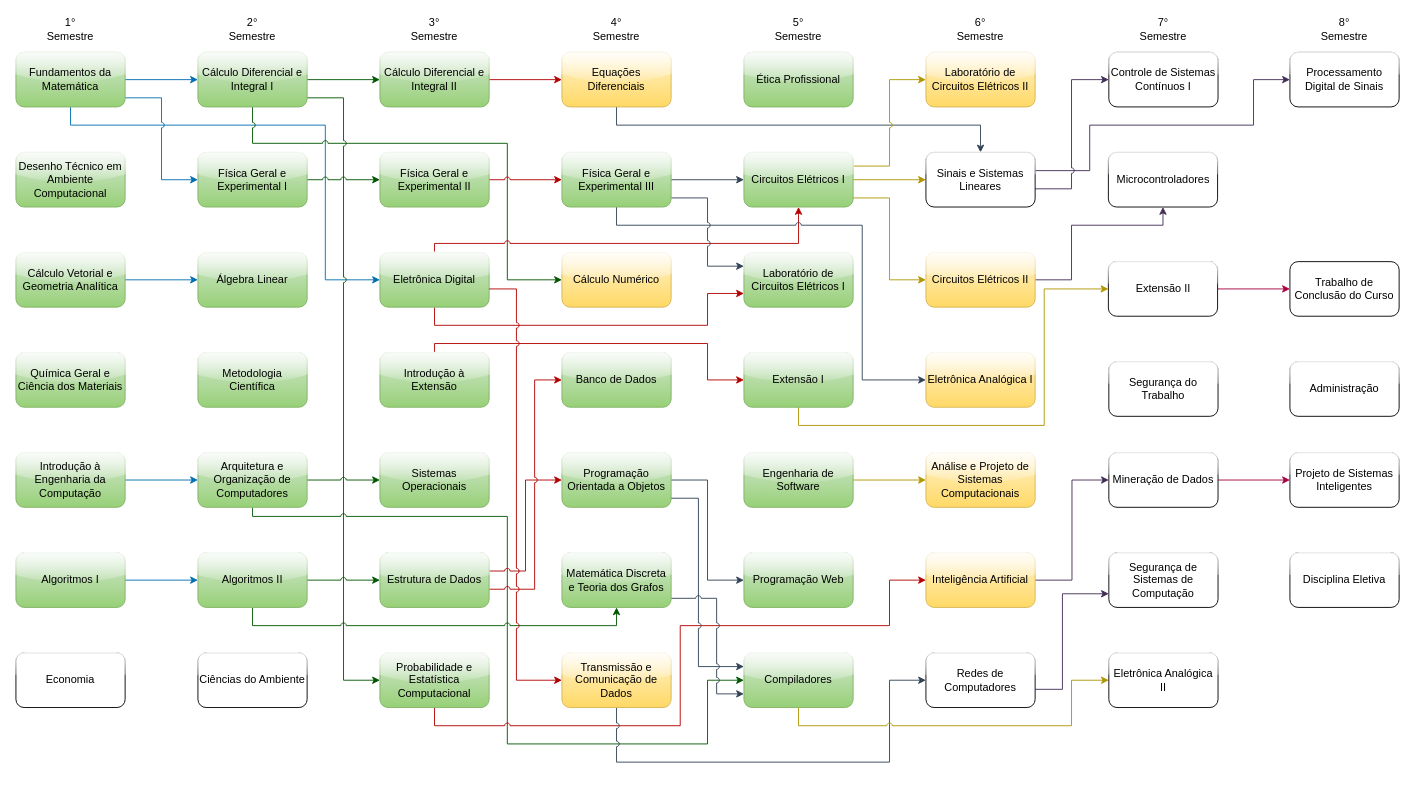
Before: fluxograma-disciplinas.drawio in mateus-s-a/IFMT_Eng_Computacao, a draw.io diagram. Source tidied: cells renumbered, new cells numbered last; positions are measured from the earlier drawing's top-left corner, leaving out a move shared by most shapes. Both pictures are drawn from the tidied source at 91%, with x=0, y=0 at pixel (15, 15).
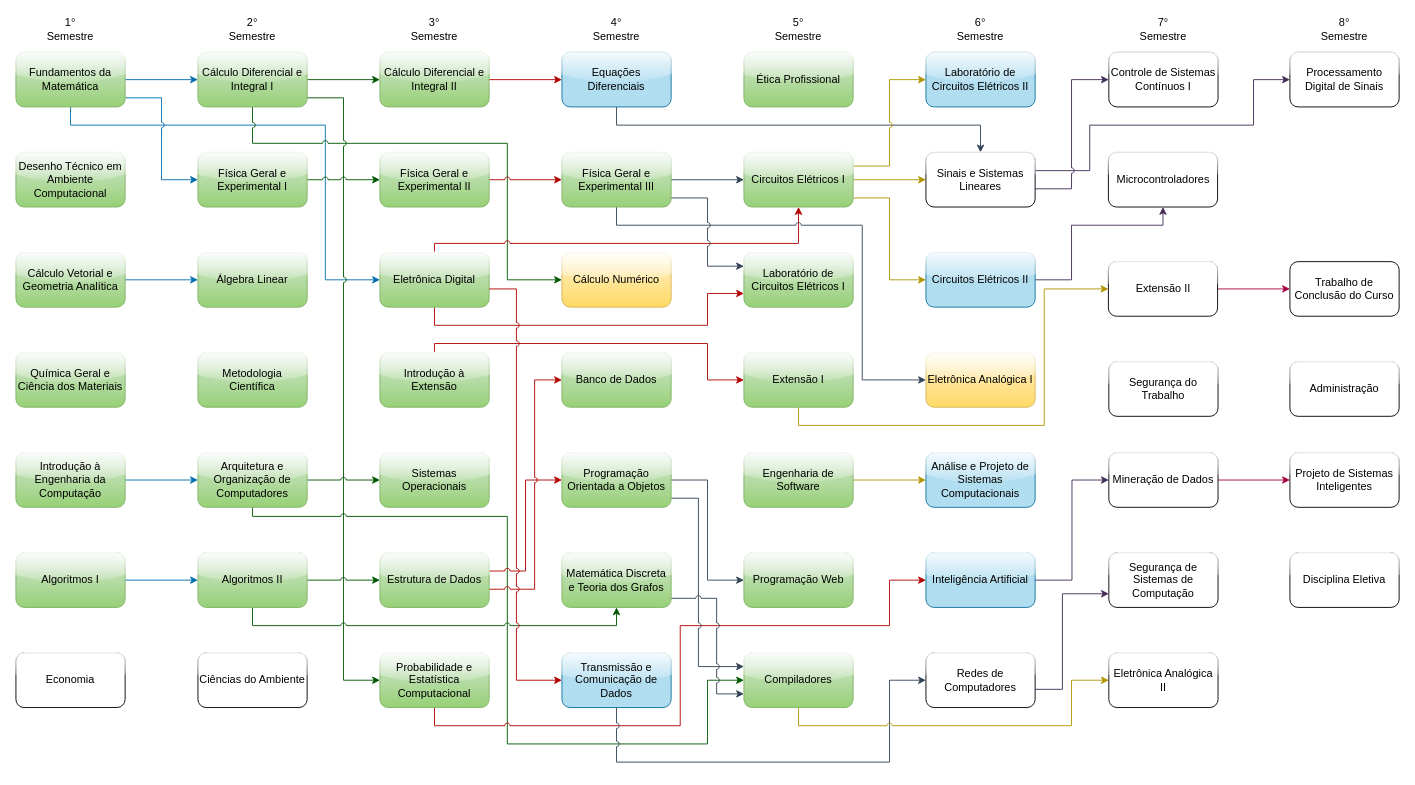
The same page after the edit.

Unchanged cells that the change refers to:
```xml
<mxCell id="73" style="group;" parent="1" vertex="1">
  <mxGeometry x="600" width="120" height="760" as="geometry" />
</mxCell>
<mxCell id="91" style="group;" parent="1" vertex="1">
  <mxGeometry x="1000" width="120" height="760" as="geometry" />
</mxCell>
```

What changed in the source:
```diff
@@
-    <mxCell id="74" value="Equações Diferenciais" style="rounded=1;whiteSpace=wrap;html=1;glass=1;fillColor=#fff2cc;gradientColor=#ffd966;strokeColor=#d6b656;" parent="73" vertex="1">
+    <mxCell id="74" value="Equações Diferenciais" style="rounded=1;whiteSpace=wrap;html=1;glass=1;fillColor=#b1ddf0;strokeColor=#10739e;" parent="73" vertex="1">
       <mxGeometry y="40" width="120" height="60" as="geometry" />
     </mxCell>
@@
-    <mxCell id="80" value="Transmissão e Comunicação de Dados" style="rounded=1;whiteSpace=wrap;html=1;glass=1;fillColor=#fff2cc;gradientColor=#ffd966;strokeColor=#d6b656;" parent="73" vertex="1">
+    <mxCell id="80" value="Transmissão e Comunicação de Dados" style="rounded=1;whiteSpace=wrap;html=1;glass=1;fillColor=#b1ddf0;strokeColor=#10739e;" parent="73" vertex="1">
       <mxGeometry y="700" width="120" height="60" as="geometry" />
     </mxCell>
@@
-    <mxCell id="92" value="Laboratório de Circuitos Elétricos II" style="rounded=1;whiteSpace=wrap;html=1;glass=1;fillColor=#fff2cc;gradientColor=#ffd966;strokeColor=#d6b656;" parent="91" vertex="1">
+    <mxCell id="92" value="Laboratório de Circuitos Elétricos II" style="rounded=1;whiteSpace=wrap;html=1;glass=1;fillColor=#b1ddf0;strokeColor=#10739e;" parent="91" vertex="1">
       <mxGeometry y="40" width="120" height="60" as="geometry" />
     </mxCell>
@@
-    <mxCell id="94" value="Circuitos Elétricos II" style="rounded=1;whiteSpace=wrap;html=1;glass=1;fillColor=#fff2cc;gradientColor=#ffd966;strokeColor=#d6b656;" parent="91" vertex="1">
+    <mxCell id="94" value="Circuitos Elétricos II" style="rounded=1;whiteSpace=wrap;html=1;glass=1;fillColor=#b1ddf0;strokeColor=#10739e;" parent="91" vertex="1">
       <mxGeometry y="260" width="120" height="60" as="geometry" />
     </mxCell>
@@
-    <mxCell id="96" value="Análise e Projeto de Sistemas Computacionais" style="rounded=1;whiteSpace=wrap;html=1;glass=1;fillColor=#fff2cc;gradientColor=#ffd966;strokeColor=#d6b656;" parent="91" vertex="1">
+    <mxCell id="96" value="Análise e Projeto de Sistemas Computacionais" style="rounded=1;whiteSpace=wrap;html=1;glass=1;fillColor=#b1ddf0;strokeColor=#10739e;" parent="91" vertex="1">
       <mxGeometry y="480" width="120" height="60" as="geometry" />
     </mxCell>
-    <mxCell id="97" value="Inteligência Artificial" style="rounded=1;whiteSpace=wrap;html=1;glass=1;fillColor=#fff2cc;gradientColor=#ffd966;strokeColor=#d6b656;" parent="91" vertex="1">
+    <mxCell id="97" value="Inteligência Artificial" style="rounded=1;whiteSpace=wrap;html=1;glass=1;fillColor=#b1ddf0;strokeColor=#10739e;" parent="91" vertex="1">
       <mxGeometry y="590" width="120" height="60" as="geometry" />
     </mxCell>
```
